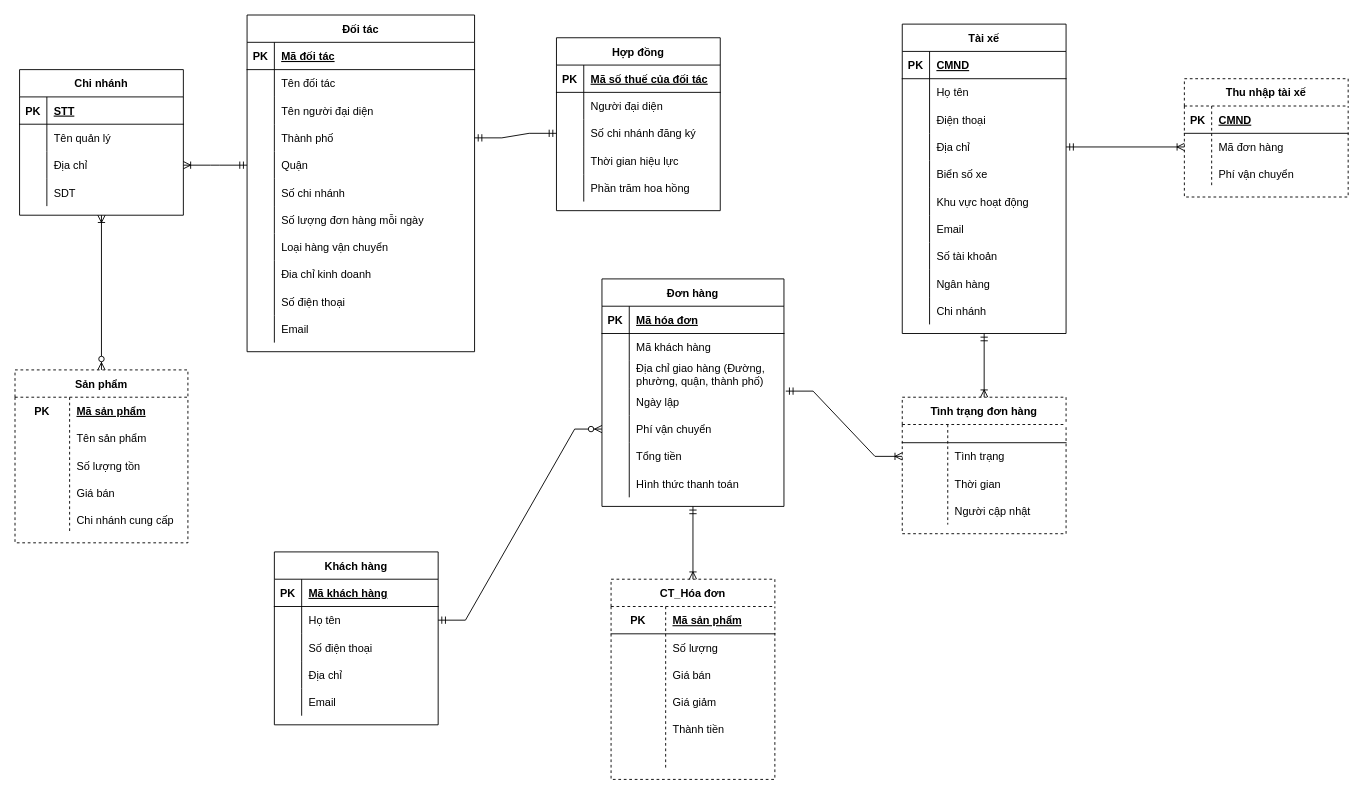
The draw.io diagram HQT-CSDL.drawio in tranngoclam16/HQT-CSDL, before the edit. Source tidied: cells renumbered, new cells numbered last; positions are measured from the earlier drawing's top-left corner, leaving out a move shared by most shapes. Both pictures are drawn from the tidied source at 91%, with x=0, y=0 at pixel (15, 15).
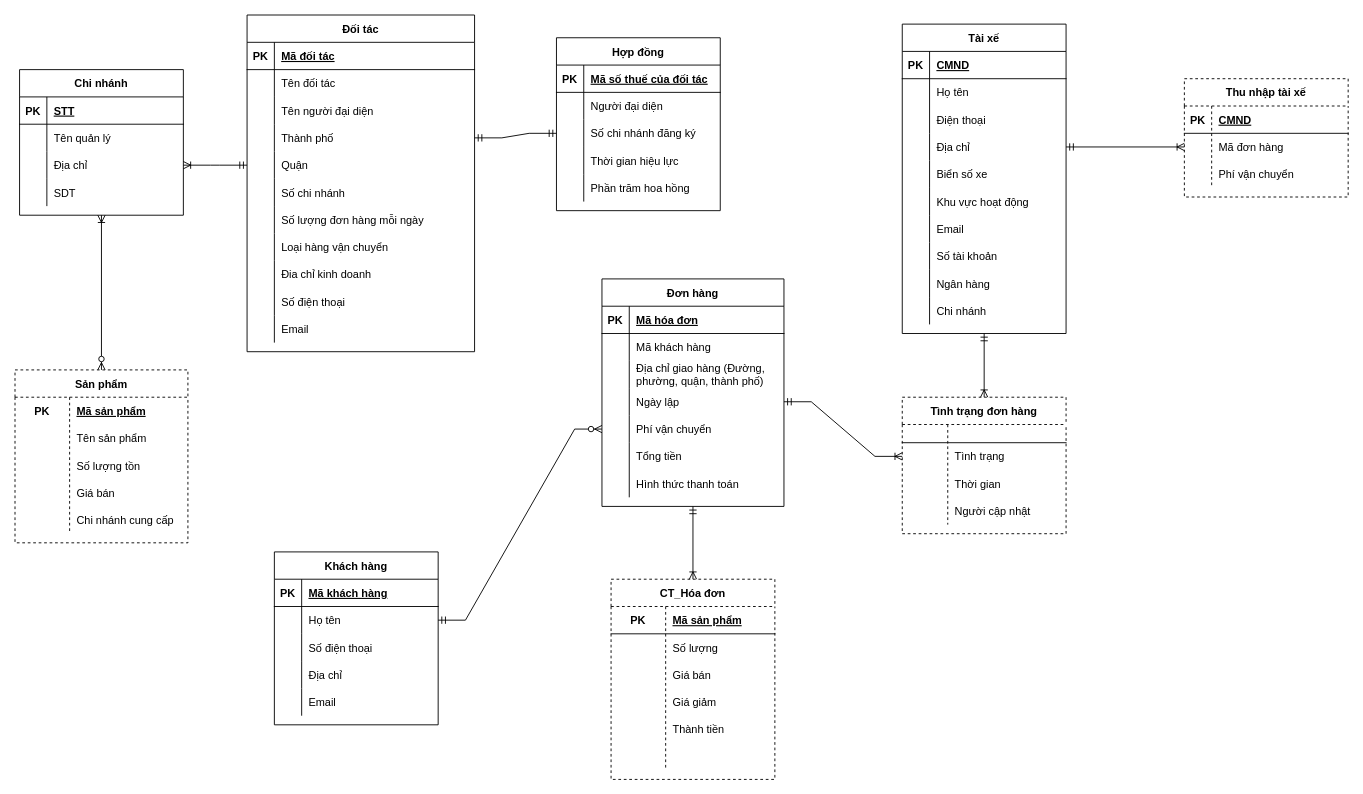
The same diagram, later.

The change refers to these unchanged cells:
```xml
<mxCell id="109" style="shape=partialRectangle;fillColor=none;top=0;left=0;bottom=0;right=0;points=[[0,0.5],[1,0.5]];portConstraint=eastwest;" parent="99" vertex="1">
  <mxGeometry y="120" width="200" height="30" as="geometry" />
</mxCell>
<mxCell id="160" style="shape=partialRectangle;fillColor=none;top=0;left=0;bottom=0;right=0;points=[[0,0.5],[1,0.5]];portConstraint=eastwest;" parent="156" vertex="1">
  <mxGeometry y="50" width="180" height="30" as="geometry" />
</mxCell>
```

The edit, as a diff of the source:
```diff
@@
-    <mxCell id="183" style="fontSize=12;html=1;endArrow=ERoneToMany;startArrow=ERmandOne;rounded=0;exitX=1.01;exitY=0.111;exitDx=0;exitDy=0;entryX=0;entryY=0.5;entryDx=0;entryDy=0;exitPerimeter=0;edgeStyle=entityRelationEdgeStyle;" parent="1" edge="1" target="160">
-      <mxGeometry relative="1" as="geometry">
-        <mxPoint x="847" y="413.3" as="sourcePoint" />
-      </mxGeometry>
+    <mxCell id="183" style="fontSize=12;html=1;endArrow=ERoneToMany;startArrow=ERmandOne;rounded=0;exitX=1;exitY=0.5;exitDx=0;exitDy=0;entryX=0;entryY=0.5;entryDx=0;entryDy=0;edgeStyle=entityRelationEdgeStyle;" parent="1" edge="1" source="109" target="160">
+      <mxGeometry relative="1" as="geometry" />
     </mxCell>
```
